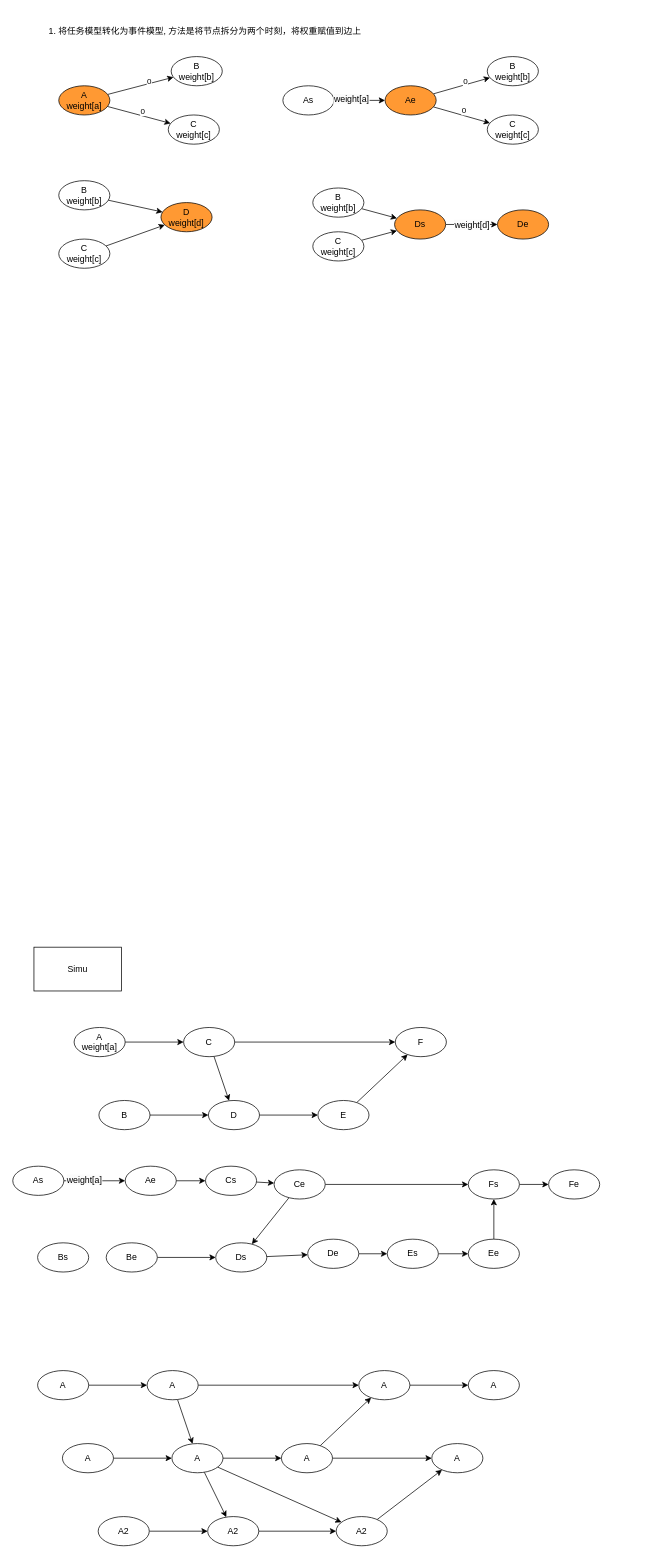
The draw.io diagram simu.drawio in ShawnZhuang/picture, before the edit. Source tidied: cells renumbered, new cells numbered last; positions are measured from the earlier drawing's top-left corner, leaving out a move shared by most shapes. Both pictures are drawn from the tidied source at 73%, with x=0, y=0 at pixel (12, 20).
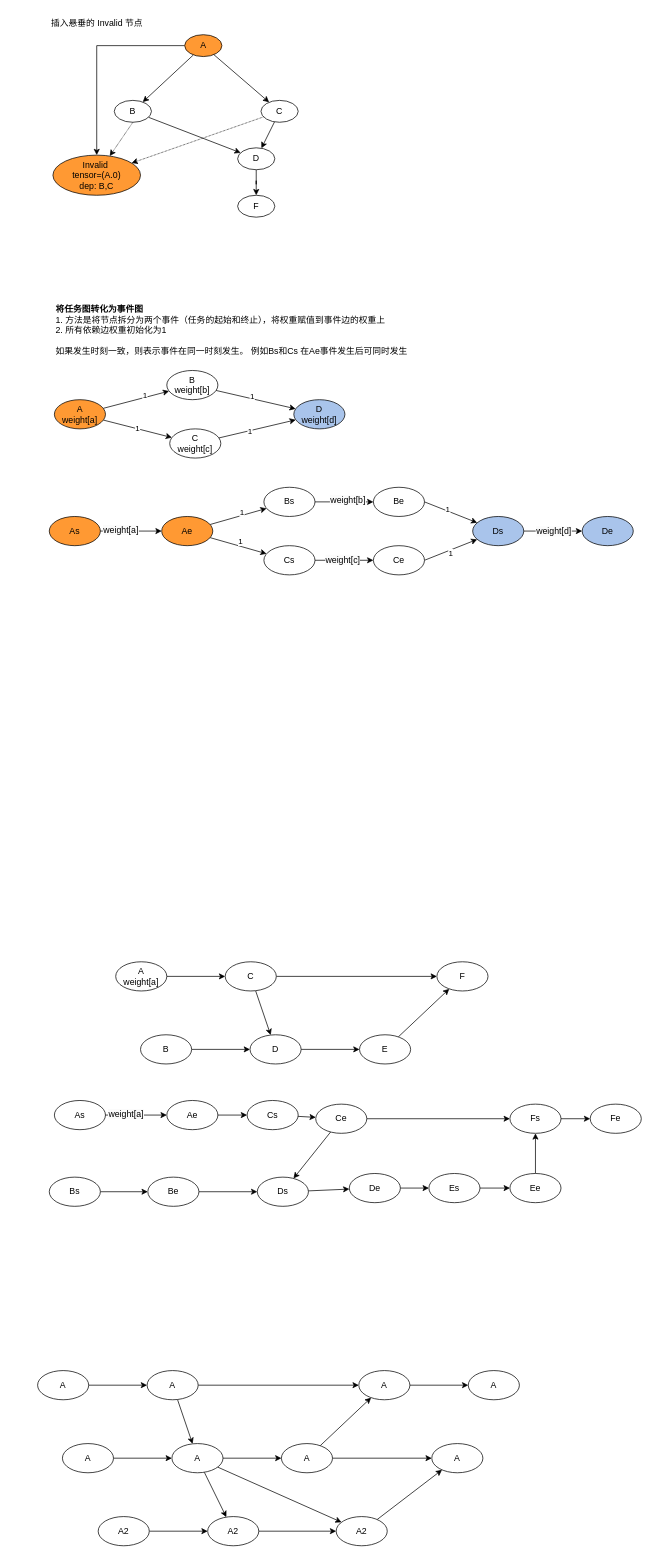
After the change.

The change refers to these unchanged cells:
```xml
<mxCell id="64" style="rounded=0;jettySize=auto;html=1;" parent="1" edge="1" source="68" target="69">
  <mxGeometry relative="1" as="geometry" />
</mxCell>
<mxCell id="76" style="rounded=0;jettySize=auto;html=1;" parent="1" edge="1" source="80" target="81">
  <mxGeometry relative="1" as="geometry" />
</mxCell>
<mxCell id="78" style="rounded=0;jettySize=auto;html=1;" parent="1" edge="1" source="80" target="82">
  <mxGeometry relative="1" as="geometry" />
</mxCell>
```

Change to the diagram source:
```diff
@@
-    <mxCell id="2" value="Simu" style="rounded=0;whiteSpace=wrap;html=1;" parent="1" vertex="1">
-      <mxGeometry x="29" y="1270" width="120" height="60" as="geometry" />
-    </mxCell>
@@
     <mxCell id="28" value="B" style="ellipse;whiteSpace=wrap;html=1;" parent="1" vertex="1">
-      <mxGeometry x="118" y="1480" width="70" height="40" as="geometry" />
+      <mxGeometry x="175" y="1390" width="70" height="40" as="geometry" />
     </mxCell>
@@
     <mxCell id="30" value="D" style="ellipse;whiteSpace=wrap;html=1;" parent="1" vertex="1">
-      <mxGeometry x="268" y="1480" width="70" height="40" as="geometry" />
+      <mxGeometry x="325" y="1390" width="70" height="40" as="geometry" />
     </mxCell>
@@
     <mxCell id="32" value="E" style="ellipse;whiteSpace=wrap;html=1;" parent="1" vertex="1">
-      <mxGeometry x="418" y="1480" width="70" height="40" as="geometry" />
+      <mxGeometry x="475" y="1390" width="70" height="40" as="geometry" />
     </mxCell>
@@
     <mxCell id="34" value="A&lt;div&gt;weight[a]&lt;/div&gt;" style="ellipse;whiteSpace=wrap;html=1;" parent="1" vertex="1">
-      <mxGeometry x="84" y="1380" width="70" height="40" as="geometry" />
+      <mxGeometry x="141" y="1290" width="70" height="40" as="geometry" />
     </mxCell>
@@
     <mxCell id="37" value="C" style="ellipse;whiteSpace=wrap;html=1;" parent="1" vertex="1">
-      <mxGeometry x="234" y="1380" width="70" height="40" as="geometry" />
+      <mxGeometry x="291" y="1290" width="70" height="40" as="geometry" />
     </mxCell>
     <mxCell id="38" value="F" style="ellipse;whiteSpace=wrap;html=1;" parent="1" vertex="1">
-      <mxGeometry x="524" y="1380" width="70" height="40" as="geometry" />
+      <mxGeometry x="581" y="1290" width="70" height="40" as="geometry" />
     </mxCell>
-    <mxCell id="39" value="1. 将任务模型转化为事件模型, 方法是将节点拆分为两个时刻，将权重赋值到边上" style="text;html=1;align=center;verticalAlign=middle;strokeColor=none;fillColor=none;" parent="1" vertex="1">
-      <mxGeometry x="38" width="450" height="30" as="geometry" />
+    <mxCell id="39" value="&lt;div&gt;&lt;br&gt;&lt;/div&gt;&lt;b&gt;将任务图转化为事件图&lt;/b&gt;&lt;div&gt;1. 方法是将节点拆分为两个事件（任务的起始和终止），将权重赋值到事件边的权重上&lt;div&gt;2. 所有依赖边权重初始化为1&lt;/div&gt;&lt;div&gt;&lt;br&gt;&lt;/div&gt;&lt;div&gt;&lt;span style=&quot;text-align: center;&quot;&gt;如果发生时刻一致，则表示事件在同一时刻发生。 例如Bs和Cs 在Ae事件发生后可同时发生&lt;/span&gt;&lt;br&gt;&lt;div&gt;&lt;br&gt;&lt;/div&gt;&lt;/div&gt;&lt;/div&gt;" style="text;html=1;align=left;verticalAlign=middle;strokeColor=none;fillColor=none;" parent="1" vertex="1">
+      <mxGeometry x="57" y="370" width="510" height="110" as="geometry" />
     </mxCell>
@@
     <mxCell id="41" value="Be" style="ellipse;whiteSpace=wrap;html=1;" parent="1" vertex="1">
-      <mxGeometry x="128" y="1675" width="70" height="40" as="geometry" />
+      <mxGeometry x="185" y="1585" width="70" height="40" as="geometry" />
     </mxCell>
@@
     <mxCell id="43" value="Ds" style="ellipse;whiteSpace=wrap;html=1;" parent="1" vertex="1">
-      <mxGeometry x="278" y="1675" width="70" height="40" as="geometry" />
+      <mxGeometry x="335" y="1585" width="70" height="40" as="geometry" />
     </mxCell>
@@
     <mxCell id="45" value="Ee" style="ellipse;whiteSpace=wrap;html=1;" parent="1" vertex="1">
-      <mxGeometry x="624" y="1670" width="70" height="40" as="geometry" />
+      <mxGeometry x="681" y="1580" width="70" height="40" as="geometry" />
     </mxCell>
@@
     <mxCell id="47" value="As" style="ellipse;whiteSpace=wrap;html=1;" parent="1" vertex="1">
-      <mxGeometry y="1570" width="70" height="40" as="geometry" />
+      <mxGeometry x="57" y="1480" width="70" height="40" as="geometry" />
     </mxCell>
@@
     <mxCell id="50" value="Ce" style="ellipse;whiteSpace=wrap;html=1;" parent="1" vertex="1">
-      <mxGeometry x="358" y="1575" width="70" height="40" as="geometry" />
+      <mxGeometry x="415" y="1485" width="70" height="40" as="geometry" />
     </mxCell>
@@
     <mxCell id="52" value="Fs" style="ellipse;whiteSpace=wrap;html=1;" parent="1" vertex="1">
-      <mxGeometry x="624" y="1575" width="70" height="40" as="geometry" />
+      <mxGeometry x="681" y="1485" width="70" height="40" as="geometry" />
     </mxCell>
@@
     <mxCell id="55" value="Ae" style="ellipse;whiteSpace=wrap;html=1;" parent="1" vertex="1">
-      <mxGeometry x="154" y="1570" width="70" height="40" as="geometry" />
+      <mxGeometry x="211" y="1480" width="70" height="40" as="geometry" />
     </mxCell>
@@
     <mxCell id="57" value="Cs" style="ellipse;whiteSpace=wrap;html=1;" parent="1" vertex="1">
-      <mxGeometry x="264" y="1570" width="70" height="40" as="geometry" />
+      <mxGeometry x="321" y="1480" width="70" height="40" as="geometry" />
     </mxCell>
+    <mxCell id="94" style="edgeStyle=orthogonalEdgeStyle;rounded=0;jettySize=auto;html=1;" parent="1" edge="1" source="58" target="41">
+      <mxGeometry relative="1" as="geometry" />
+    </mxCell>
     <mxCell id="58" value="Bs" style="ellipse;whiteSpace=wrap;html=1;" parent="1" vertex="1">
-      <mxGeometry x="34" y="1675" width="70" height="40" as="geometry" />
+      <mxGeometry x="50" y="1585" width="70" height="40" as="geometry" />
     </mxCell>
@@
     <mxCell id="60" value="Es" style="ellipse;whiteSpace=wrap;html=1;" parent="1" vertex="1">
-      <mxGeometry x="513" y="1670" width="70" height="40" as="geometry" />
+      <mxGeometry x="570" y="1580" width="70" height="40" as="geometry" />
     </mxCell>
@@
     <mxCell id="62" value="De" style="ellipse;whiteSpace=wrap;html=1;" parent="1" vertex="1">
-      <mxGeometry x="404" y="1670" width="70" height="40" as="geometry" />
+      <mxGeometry x="461" y="1580" width="70" height="40" as="geometry" />
     </mxCell>
     <mxCell id="63" value="Fe" style="ellipse;whiteSpace=wrap;html=1;" parent="1" vertex="1">
-      <mxGeometry x="734" y="1575" width="70" height="40" as="geometry" />
+      <mxGeometry x="791" y="1485" width="70" height="40" as="geometry" />
     </mxCell>
@@
-    <mxCell id="65" value="0" style="edgeLabel;html=1;align=center;verticalAlign=middle;" parent="64" vertex="1">
+    <mxCell id="65" value="1" style="edgeLabel;html=1;align=center;verticalAlign=middle;" parent="64" vertex="1">
       <mxGeometry x="0.27" y="4" relative="1" as="geometry" />
     </mxCell>
-    <mxCell id="66" style="rounded=0;jettySize=auto;html=1;" parent="1" edge="1" source="68" target="70">
+    <mxCell id="66" value="1" style="rounded=0;jettySize=auto;html=1;" parent="1" edge="1" source="68" target="70">
       <mxGeometry relative="1" as="geometry" />
     </mxCell>
-    <mxCell id="67" value="0" style="edgeLabel;html=1;align=center;verticalAlign=middle;" parent="66" vertex="1">
-      <mxGeometry x="0.08" y="6" relative="1" as="geometry" />
-    </mxCell>
     <mxCell id="68" value="A&lt;div&gt;weight[a]&lt;/div&gt;" style="ellipse;whiteSpace=wrap;html=1;fillColor=#FF9933;" parent="1" vertex="1">
-      <mxGeometry x="63" y="90" width="70" height="40" as="geometry" />
+      <mxGeometry x="57" y="520" width="70" height="40" as="geometry" />
     </mxCell>
     <mxCell id="69" value="&lt;div&gt;B&lt;/div&gt;&lt;div&gt;weight[b]&lt;/div&gt;" style="ellipse;whiteSpace=wrap;html=1;" parent="1" vertex="1">
-      <mxGeometry x="217" y="50" width="70" height="40" as="geometry" />
+      <mxGeometry x="211" y="480" width="70" height="40" as="geometry" />
     </mxCell>
     <mxCell id="70" value="&lt;div&gt;C&lt;/div&gt;&lt;div&gt;weight[c]&lt;/div&gt;" style="ellipse;whiteSpace=wrap;html=1;" parent="1" vertex="1">
-      <mxGeometry x="213" y="130" width="70" height="40" as="geometry" />
+      <mxGeometry x="215" y="560" width="70" height="40" as="geometry" />
     </mxCell>
-    <mxCell id="71" value="&lt;div&gt;D&lt;/div&gt;&lt;div&gt;weight[d]&lt;/div&gt;" style="ellipse;whiteSpace=wrap;html=1;fillColor=#FF9933;" parent="1" vertex="1">
-      <mxGeometry x="203" y="250" width="70" height="40" as="geometry" />
+    <mxCell id="71" value="&lt;div&gt;D&lt;/div&gt;&lt;div&gt;weight[d]&lt;/div&gt;" style="ellipse;whiteSpace=wrap;html=1;fillColor=#A9C4EB;" parent="1" vertex="1">
+      <mxGeometry x="385" y="520" width="70" height="40" as="geometry" />
     </mxCell>
-    <mxCell id="72" style="rounded=0;jettySize=auto;html=1;" parent="1" edge="1" source="73" target="71">
+    <mxCell id="72" style="rounded=0;jettySize=auto;html=1;" parent="1" edge="1" source="69" target="71">
       <mxGeometry relative="1" as="geometry" />
     </mxCell>
-    <mxCell id="73" value="&lt;div&gt;B&lt;/div&gt;&lt;div&gt;weight[b]&lt;/div&gt;" style="ellipse;whiteSpace=wrap;html=1;" parent="1" vertex="1">
-      <mxGeometry x="63" y="220" width="70" height="40" as="geometry" />
-    </mxCell>
+    <mxCell id="95" value="1" style="edgeLabel;html=1;align=center;verticalAlign=middle;" parent="72" vertex="1">
+      <mxGeometry x="-0.1" y="3" relative="1" as="geometry" />
+    </mxCell>
-    <mxCell id="74" style="rounded=0;jettySize=auto;html=1;" parent="1" edge="1" source="75" target="71">
+    <mxCell id="74" style="rounded=0;jettySize=auto;html=1;" parent="1" edge="1" source="70" target="71">
       <mxGeometry relative="1" as="geometry" />
     </mxCell>
-    <mxCell id="75" value="&lt;div&gt;C&lt;/div&gt;&lt;div&gt;weight[c]&lt;/div&gt;" style="ellipse;whiteSpace=wrap;html=1;" parent="1" vertex="1">
-      <mxGeometry x="63" y="300" width="70" height="40" as="geometry" />
-    </mxCell>
+    <mxCell id="96" value="1" style="edgeLabel;html=1;align=center;verticalAlign=middle;" parent="74" vertex="1">
+      <mxGeometry x="-0.2" relative="1" as="geometry" />
+    </mxCell>
@@
-    <mxCell id="77" value="0" style="edgeLabel;html=1;align=center;verticalAlign=middle;" parent="76" vertex="1">
+    <mxCell id="77" value="1" style="edgeLabel;html=1;align=center;verticalAlign=middle;" parent="76" vertex="1">
       <mxGeometry x="0.14" y="5" relative="1" as="geometry" />
     </mxCell>
@@
-    <mxCell id="79" value="0" style="edgeLabel;html=1;align=center;verticalAlign=middle;" parent="78" vertex="1">
+    <mxCell id="79" value="1" style="edgeLabel;html=1;align=center;verticalAlign=middle;" parent="78" vertex="1">
       <mxGeometry x="0.03" y="7" relative="1" as="geometry" />
     </mxCell>
     <mxCell id="80" value="Ae" style="ellipse;whiteSpace=wrap;html=1;fillColor=#FF9933;" parent="1" vertex="1">
-      <mxGeometry x="510" y="90" width="70" height="40" as="geometry" />
+      <mxGeometry x="204" y="680" width="70" height="40" as="geometry" />
     </mxCell>
+    <mxCell id="97" style="edgeStyle=orthogonalEdgeStyle;rounded=0;jettySize=auto;html=1;" parent="1" edge="1" source="81" target="103">
+      <mxGeometry relative="1" as="geometry" />
+    </mxCell>
+    <mxCell id="98" value="&lt;span style=&quot;font-size: 12px; text-wrap: wrap; background-color: rgb(251, 251, 251);&quot;&gt;weight[b]&lt;/span&gt;" style="edgeLabel;html=1;align=center;verticalAlign=middle;" parent="97" vertex="1">
+      <mxGeometry x="0.1" y="3" relative="1" as="geometry" />
+    </mxCell>
-    <mxCell id="81" value="&lt;div&gt;B&lt;/div&gt;&lt;div&gt;weight[b]&lt;/div&gt;" style="ellipse;whiteSpace=wrap;html=1;" parent="1" vertex="1">
-      <mxGeometry x="650" y="50" width="70" height="40" as="geometry" />
+    <mxCell id="81" value="&lt;div&gt;Bs&lt;/div&gt;" style="ellipse;whiteSpace=wrap;html=1;" parent="1" vertex="1">
+      <mxGeometry x="344" y="640" width="70" height="40" as="geometry" />
     </mxCell>
+    <mxCell id="99" style="edgeStyle=orthogonalEdgeStyle;rounded=0;jettySize=auto;html=1;" parent="1" edge="1" source="82" target="104">
+      <mxGeometry relative="1" as="geometry" />
+    </mxCell>
+    <mxCell id="100" value="&lt;span style=&quot;font-size: 12px; text-wrap: wrap; background-color: rgb(251, 251, 251);&quot;&gt;weight[c]&lt;/span&gt;" style="edgeLabel;html=1;align=center;verticalAlign=middle;" parent="99" vertex="1">
+      <mxGeometry x="-0.07" y="1" relative="1" as="geometry" />
+    </mxCell>
-    <mxCell id="82" value="&lt;div&gt;C&lt;/div&gt;&lt;div&gt;weight[c]&lt;/div&gt;" style="ellipse;whiteSpace=wrap;html=1;" parent="1" vertex="1">
-      <mxGeometry x="650" y="130" width="70" height="40" as="geometry" />
+    <mxCell id="82" value="&lt;div&gt;Cs&lt;/div&gt;" style="ellipse;whiteSpace=wrap;html=1;" parent="1" vertex="1">
+      <mxGeometry x="344" y="720" width="70" height="40" as="geometry" />
     </mxCell>
-    <mxCell id="83" value="As" style="ellipse;whiteSpace=wrap;html=1;" parent="1" vertex="1">
-      <mxGeometry x="370" y="90" width="70" height="40" as="geometry" />
+    <mxCell id="83" value="As" style="ellipse;whiteSpace=wrap;html=1;fillColor=#FF9933;" parent="1" vertex="1">
+      <mxGeometry x="50" y="680" width="70" height="40" as="geometry" />
     </mxCell>
@@
-    <mxCell id="88" value="&lt;div&gt;Ds&lt;/div&gt;" style="ellipse;whiteSpace=wrap;html=1;fillColor=#FF9933;" parent="1" vertex="1">
-      <mxGeometry x="523" y="260" width="70" height="40" as="geometry" />
+    <mxCell id="88" value="&lt;div&gt;Ds&lt;/div&gt;" style="ellipse;whiteSpace=wrap;html=1;fillColor=#A9C4EB;" parent="1" vertex="1">
+      <mxGeometry x="630" y="680" width="70" height="40" as="geometry" />
     </mxCell>
-    <mxCell id="89" style="rounded=0;jettySize=auto;html=1;" parent="1" edge="1" source="90" target="88">
+    <mxCell id="89" style="rounded=0;jettySize=auto;html=1;exitX=1;exitY=0.5;exitDx=0;exitDy=0;" parent="1" edge="1" source="103" target="88">
       <mxGeometry relative="1" as="geometry" />
     </mxCell>
-    <mxCell id="90" value="&lt;div&gt;B&lt;/div&gt;&lt;div&gt;weight[b]&lt;/div&gt;" style="ellipse;whiteSpace=wrap;html=1;" parent="1" vertex="1">
-      <mxGeometry x="411" y="230" width="70" height="40" as="geometry" />
-    </mxCell>
+    <mxCell id="101" value="1" style="edgeLabel;html=1;align=center;verticalAlign=middle;" parent="89" vertex="1">
+      <mxGeometry x="-0.14" y="3" relative="1" as="geometry" />
+    </mxCell>
-    <mxCell id="91" style="rounded=0;jettySize=auto;html=1;" parent="1" edge="1" source="92" target="88">
+    <mxCell id="91" style="rounded=0;jettySize=auto;html=1;exitX=1;exitY=0.5;exitDx=0;exitDy=0;" parent="1" edge="1" source="104" target="88">
       <mxGeometry relative="1" as="geometry" />
     </mxCell>
-    <mxCell id="92" value="&lt;div&gt;C&lt;/div&gt;&lt;div&gt;weight[c]&lt;/div&gt;" style="ellipse;whiteSpace=wrap;html=1;" parent="1" vertex="1">
-      <mxGeometry x="411" y="290" width="70" height="40" as="geometry" />
-    </mxCell>
+    <mxCell id="102" value="1" style="edgeLabel;html=1;align=center;verticalAlign=middle;" parent="91" vertex="1">
+      <mxGeometry x="-0.04" y="-4" relative="1" as="geometry" />
+    </mxCell>
-    <mxCell id="93" value="&lt;div&gt;De&lt;/div&gt;" style="ellipse;whiteSpace=wrap;html=1;fillColor=#FF9933;" parent="1" vertex="1">
-      <mxGeometry x="664" y="260" width="70" height="40" as="geometry" />
+    <mxCell id="93" value="&lt;div&gt;De&lt;/div&gt;" style="ellipse;whiteSpace=wrap;html=1;fillColor=#A9C4EB;" parent="1" vertex="1">
+      <mxGeometry x="780" y="680" width="70" height="40" as="geometry" />
     </mxCell>
+    <mxCell id="103" value="&lt;div&gt;Be&lt;/div&gt;" style="ellipse;whiteSpace=wrap;html=1;" parent="1" vertex="1">
+      <mxGeometry x="494" y="640" width="70" height="40" as="geometry" />
+    </mxCell>
+    <mxCell id="104" value="&lt;div&gt;Ce&lt;/div&gt;" style="ellipse;whiteSpace=wrap;html=1;" parent="1" vertex="1">
+      <mxGeometry x="494" y="720" width="70" height="40" as="geometry" />
+    </mxCell>
+    <mxCell id="105" value="插入悬垂的 Invalid 节点" style="text;html=1;align=center;verticalAlign=middle;strokeColor=none;fillColor=none;" parent="1" vertex="1">
+      <mxGeometry x="40" y="-10" width="150" height="30" as="geometry" />
+    </mxCell>
+    <mxCell id="106" style="rounded=0;jettySize=auto;html=1;" parent="1" edge="1" source="109" target="112">
+      <mxGeometry relative="1" as="geometry" />
+    </mxCell>
+    <mxCell id="107" style="rounded=0;jettySize=auto;html=1;" parent="1" edge="1" source="117" target="114">
+      <mxGeometry relative="1" as="geometry" />
+    </mxCell>
+    <mxCell id="108" style="edgeStyle=orthogonalEdgeStyle;rounded=0;jettySize=auto;html=1;entryX=0.5;entryY=0;entryDx=0;entryDy=0;" parent="1" edge="1" source="109" target="118">
+      <mxGeometry relative="1" as="geometry" />
+    </mxCell>
+    <mxCell id="109" value="A" style="ellipse;whiteSpace=wrap;html=1;fillColor=#FF9933;" parent="1" vertex="1">
+      <mxGeometry x="235.5" y="20" width="51" height="30" as="geometry" />
+    </mxCell>
+    <mxCell id="110" style="rounded=0;jettySize=auto;html=1;" parent="1" edge="1" source="112" target="114">
+      <mxGeometry relative="1" as="geometry" />
+    </mxCell>
+    <mxCell id="111" style="rounded=0;jettySize=auto;html=1;exitX=0.5;exitY=1;exitDx=0;exitDy=0;dashed=1;dashPattern=1 1;" parent="1" edge="1" source="112" target="118">
+      <mxGeometry relative="1" as="geometry" />
+    </mxCell>
+    <mxCell id="112" value="B" style="ellipse;whiteSpace=wrap;html=1;" parent="1" vertex="1">
+      <mxGeometry x="139" y="110" width="51" height="30" as="geometry" />
+    </mxCell>
+    <mxCell id="113" style="edgeStyle=orthogonalEdgeStyle;rounded=0;jettySize=auto;html=1;" parent="1" edge="1" source="114" target="119">
+      <mxGeometry relative="1" as="geometry" />
+    </mxCell>
+    <mxCell id="114" value="D" style="ellipse;whiteSpace=wrap;html=1;" parent="1" vertex="1">
+      <mxGeometry x="308" y="175" width="51" height="30" as="geometry" />
+    </mxCell>
+    <mxCell id="115" style="rounded=0;jettySize=auto;html=1;" parent="1" edge="1" source="109" target="117">
+      <mxGeometry relative="1" as="geometry" />
+    </mxCell>
+    <mxCell id="116" style="rounded=0;jettySize=auto;html=1;dashed=1;dashPattern=1 1;" parent="1" edge="1" source="117" target="118">
+      <mxGeometry relative="1" as="geometry" />
+    </mxCell>
+    <mxCell id="117" value="C" style="ellipse;whiteSpace=wrap;html=1;" parent="1" vertex="1">
+      <mxGeometry x="340" y="110" width="51" height="30" as="geometry" />
+    </mxCell>
+    <mxCell id="118" value="Invalid&amp;nbsp;&lt;div&gt;tensor=(A.0)&lt;div&gt;dep: B,C&lt;/div&gt;&lt;/div&gt;" style="ellipse;whiteSpace=wrap;html=1;fillColor=#FF9933;" parent="1" vertex="1">
+      <mxGeometry x="55" y="185" width="120" height="55" as="geometry" />
+    </mxCell>
+    <mxCell id="119" value="F" style="ellipse;whiteSpace=wrap;html=1;" parent="1" vertex="1">
+      <mxGeometry x="308" y="240" width="51" height="30" as="geometry" />
+    </mxCell>
```
